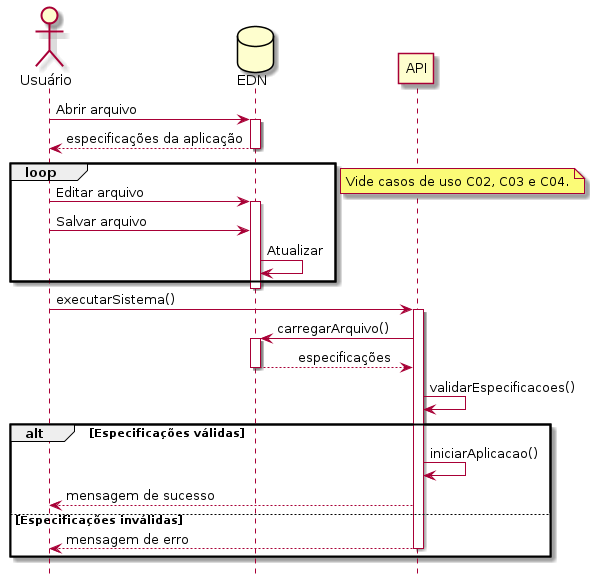
This is Artefatos/Diagramas/Sequência/C05.png from ICEI-PUC-Minas-PPLES-TI/plf-es-2022-1-tcci-5308100-dev-marlon-silva, a PlantUML export, as it was before one commit.
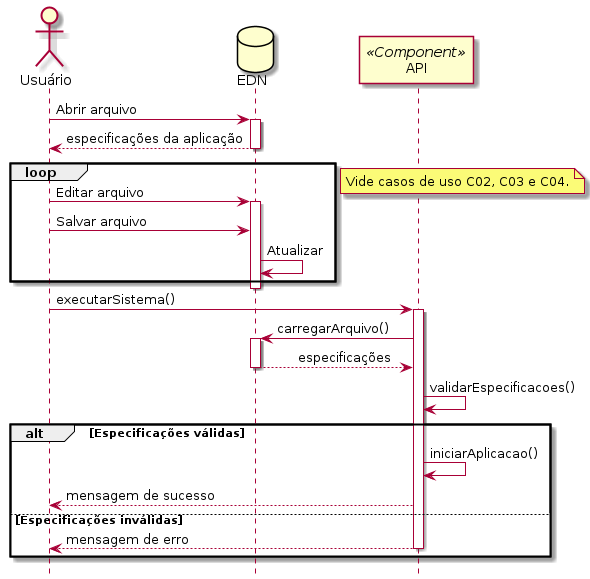
The same file after the commit.

Diff of the diagram source:
```diff
@@ -3,7 +3,7 @@
 
 actor "Usuário" as usr
 database "EDN" as file
-participant "API" as app
+participant "API" as app <<Component>>
 
 usr -> file: Abrir arquivo
 activate file
```
